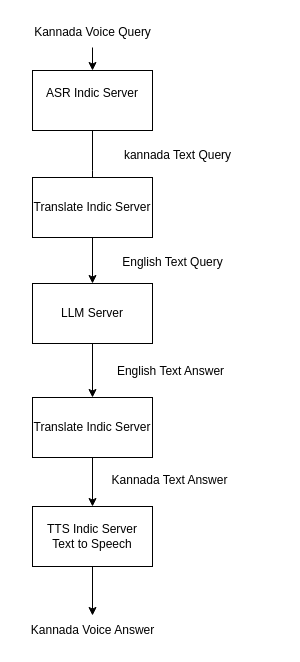
The draw.io diagram docs/workflow/kannada-answer-engine.drawio in sachinsshetty/flex-fitness, before the edit. Source tidied: cells renumbered, new cells numbered last; positions are measured from the earlier drawing's top-left corner, leaving out a move shared by most shapes. Both pictures are drawn from the tidied source at 100%, with x=0, y=0 at pixel (17, 17).
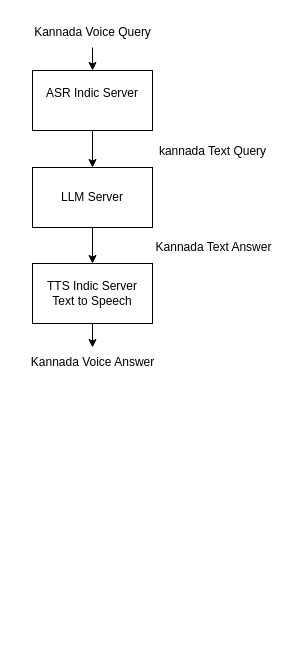
After the change.

Diff of the diagram source:
```diff
@@
 <mxGraphModel>
   <root>
     <mxCell id="0" />
     <mxCell id="1" parent="0" />
     <mxCell id="2" style="edgeStyle=orthogonalEdgeStyle;rounded=0;jettySize=auto;html=1;" parent="1" edge="1" source="3" target="5">
       <mxGeometry relative="1" as="geometry" />
     </mxCell>
     <mxCell id="3" value="Kannada Voice Query" style="text;html=1;align=center;verticalAlign=middle;points=[];strokeColor=none;fillColor=none;" parent="1" vertex="1">
       <mxGeometry x="5" width="140" height="30" as="geometry" />
     </mxCell>
-    <mxCell id="4" style="edgeStyle=orthogonalEdgeStyle;rounded=0;jettySize=auto;html=1;" parent="1" edge="1" source="5">
-      <mxGeometry relative="1" as="geometry">
-        <mxPoint x="75" y="193" as="targetPoint" />
-      </mxGeometry>
-    </mxCell>
+    <mxCell id="19" style="edgeStyle=orthogonalEdgeStyle;rounded=0;jettySize=auto;html=1;" parent="1" edge="1" source="5" target="10">
+      <mxGeometry relative="1" as="geometry" />
+    </mxCell>
     <mxCell id="5" value="&lt;div&gt;ASR Indic Server&lt;/div&gt;&lt;div&gt;&lt;br&gt;&lt;/div&gt;" style="whiteSpace=wrap;html=1;" parent="1" vertex="1">
       <mxGeometry x="15" y="53" width="120" height="60" as="geometry" />
     </mxCell>
-    <mxCell id="6" style="edgeStyle=orthogonalEdgeStyle;rounded=0;jettySize=auto;html=1;" parent="1" edge="1" source="7" target="10">
-      <mxGeometry relative="1" as="geometry" />
-    </mxCell>
-    <mxCell id="7" value="Translate Indic Server" style="rounded=0;whiteSpace=wrap;html=1;" parent="1" vertex="1">
-      <mxGeometry x="15" y="160" width="120" height="60" as="geometry" />
-    </mxCell>
     <mxCell id="8" value="kannada Text Query" style="text;html=1;align=center;verticalAlign=middle;strokeColor=none;fillColor=none;" parent="1" vertex="1">
-      <mxGeometry x="95" y="123" width="130" height="30" as="geometry" />
+      <mxGeometry x="130" y="119" width="130" height="30" as="geometry" />
     </mxCell>
-    <mxCell id="9" style="edgeStyle=orthogonalEdgeStyle;rounded=0;jettySize=auto;html=1;" parent="1" edge="1" source="10" target="13">
-      <mxGeometry relative="1" as="geometry" />
-    </mxCell>
+    <mxCell id="20" style="edgeStyle=orthogonalEdgeStyle;rounded=0;jettySize=auto;html=1;" parent="1" edge="1" source="10" target="16">
+      <mxGeometry relative="1" as="geometry" />
+    </mxCell>
     <mxCell id="10" value="LLM Server" style="whiteSpace=wrap;html=1;rounded=0;" parent="1" vertex="1">
-      <mxGeometry x="15" y="266" width="120" height="60" as="geometry" />
+      <mxGeometry x="15" y="150" width="120" height="60" as="geometry" />
     </mxCell>
-    <mxCell id="11" value="English Text Query" style="text;html=1;align=center;verticalAlign=middle;strokeColor=none;fillColor=none;" parent="1" vertex="1">
-      <mxGeometry x="95" y="230" width="120" height="30" as="geometry" />
-    </mxCell>
-    <mxCell id="12" style="edgeStyle=orthogonalEdgeStyle;rounded=0;jettySize=auto;html=1;" parent="1" edge="1" source="13" target="16">
-      <mxGeometry relative="1" as="geometry" />
-    </mxCell>
-    <mxCell id="13" value="Translate Indic Server" style="whiteSpace=wrap;html=1;rounded=0;" parent="1" vertex="1">
-      <mxGeometry x="15" y="380" width="120" height="60" as="geometry" />
-    </mxCell>
-    <mxCell id="14" value="English Text Answer" style="text;html=1;align=center;verticalAlign=middle;strokeColor=none;fillColor=none;" parent="1" vertex="1">
-      <mxGeometry x="88" y="339" width="130" height="30" as="geometry" />
+    <mxCell id="14" value="Kannada Text Answer" style="text;html=1;align=center;verticalAlign=middle;strokeColor=none;fillColor=none;" parent="1" vertex="1">
+      <mxGeometry x="126" y="215" width="140" height="30" as="geometry" />
     </mxCell>
     <mxCell id="15" style="edgeStyle=orthogonalEdgeStyle;rounded=0;jettySize=auto;html=1;" parent="1" edge="1" source="16" target="18">
       <mxGeometry relative="1" as="geometry" />
     </mxCell>
     <mxCell id="16" value="&lt;div&gt;TTS Indic Server&lt;/div&gt;&lt;div&gt;Text to Speech&lt;/div&gt;" style="whiteSpace=wrap;html=1;rounded=0;" parent="1" vertex="1">
-      <mxGeometry x="15" y="489" width="120" height="60" as="geometry" />
+      <mxGeometry x="15" y="246" width="120" height="60" as="geometry" />
     </mxCell>
-    <mxCell id="17" value="Kannada Text Answer" style="text;html=1;align=center;verticalAlign=middle;strokeColor=none;fillColor=none;" parent="1" vertex="1">
-      <mxGeometry x="82" y="448" width="140" height="30" as="geometry" />
-    </mxCell>
     <mxCell id="18" value="Kannada Voice Answer" style="text;html=1;align=center;verticalAlign=middle;points=[];strokeColor=none;fillColor=none;" parent="1" vertex="1">
-      <mxGeometry y="598" width="150" height="30" as="geometry" />
+      <mxGeometry y="330" width="150" height="30" as="geometry" />
     </mxCell>
   </root>
 </mxGraphModel>
```
